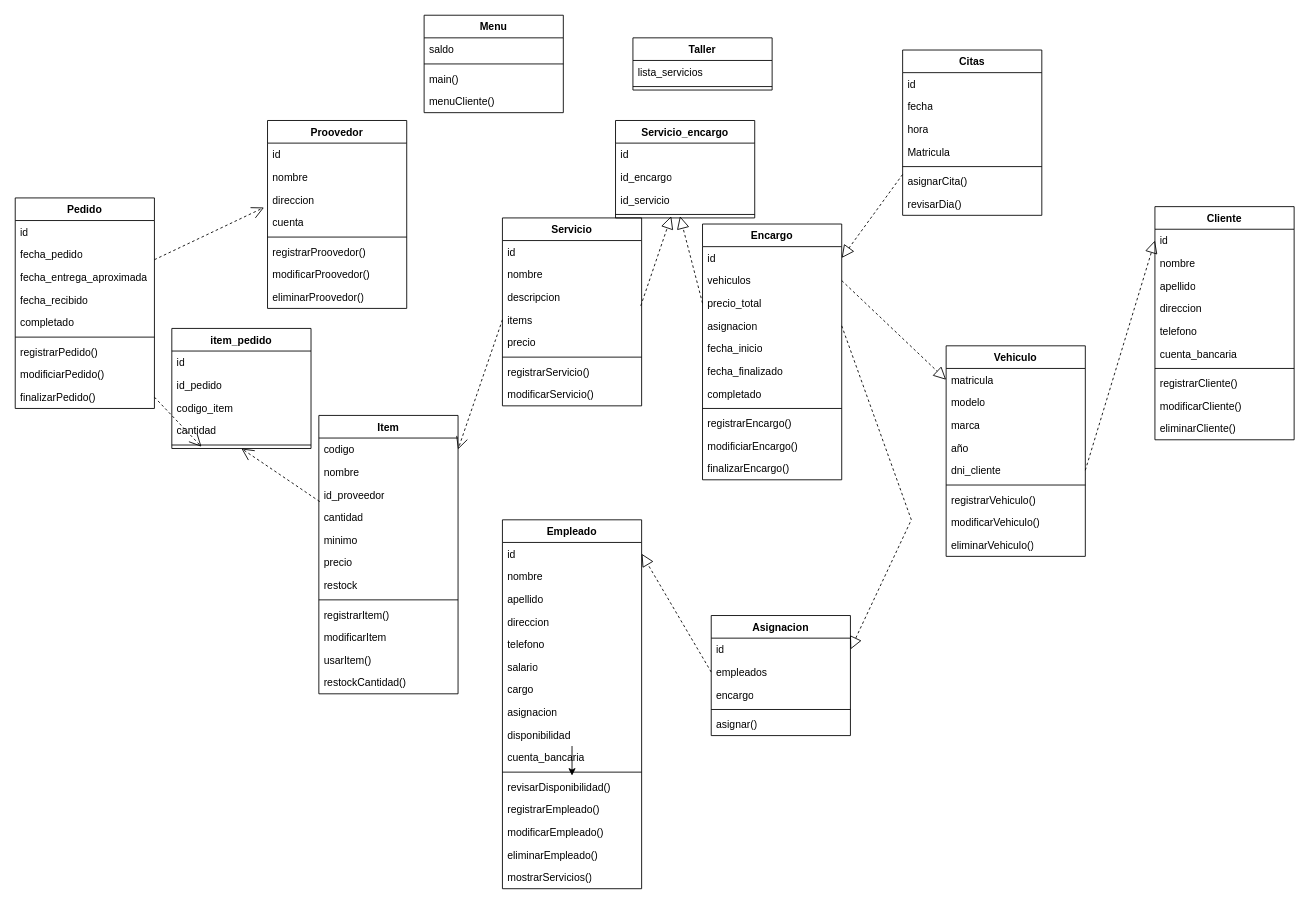
Before: DiagramaClases.drawio in fabricio-cesur/Gestor-Taller, a draw.io diagram. Source tidied: cells renumbered, new cells numbered last; positions are measured from the earlier drawing's top-left corner, leaving out a move shared by most shapes. Both pictures are drawn from the tidied source at 87%, with x=0, y=0 at pixel (15, 15).
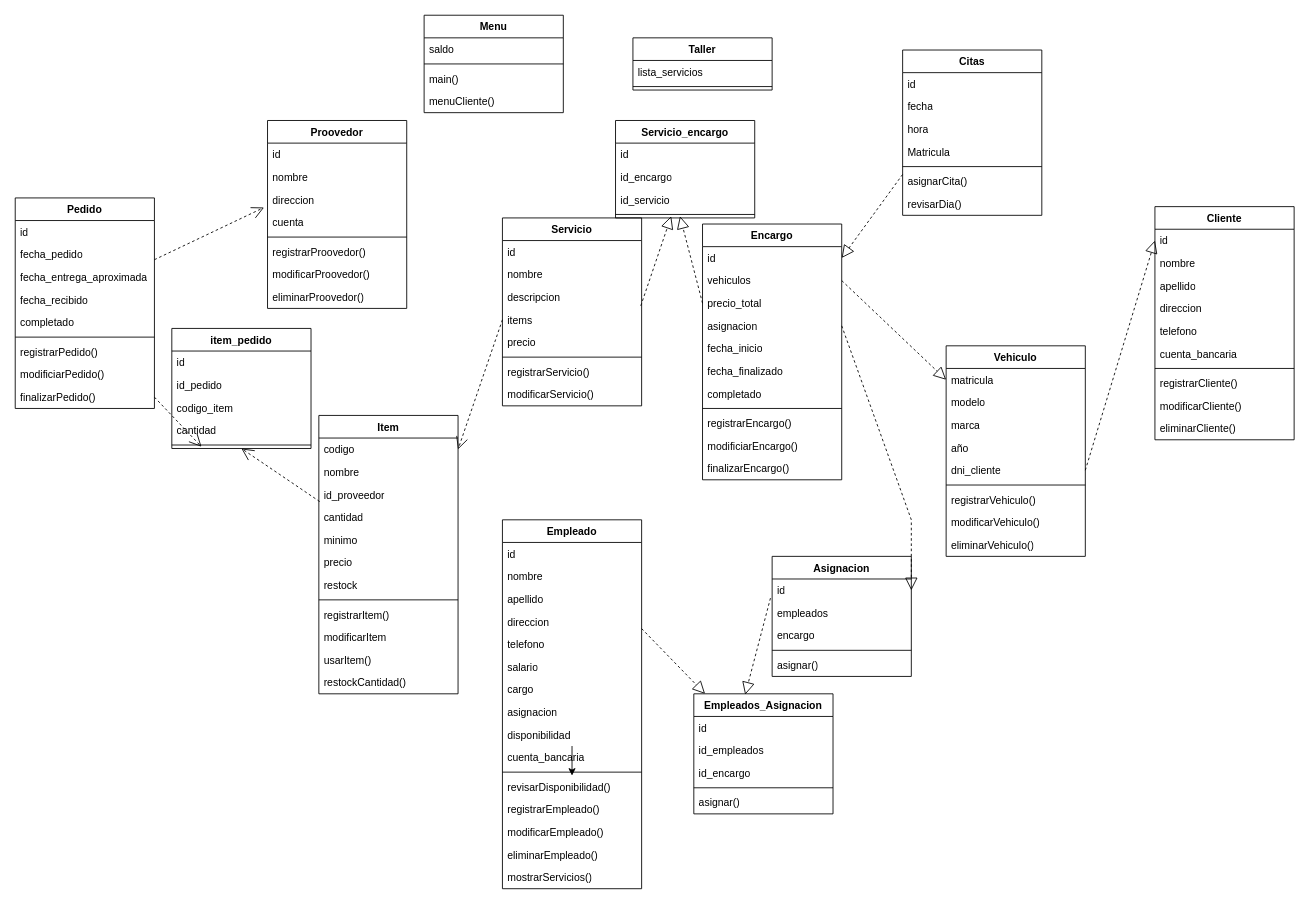
The same diagram, later.

Unchanged cells that the change refers to:
```xml
<mxCell id="54" value="id&lt;div&gt;&lt;br&gt;&lt;/div&gt;" style="text;strokeColor=none;fillColor=none;align=left;verticalAlign=top;spacingLeft=4;spacingRight=4;overflow=hidden;points=[[0,0.5],[1,0.5]];portConstraint=eastwest;whiteSpace=wrap;html=1;" parent="53" vertex="1">
  <mxGeometry y="26" width="160" height="26" as="geometry" />
</mxCell>
<mxCell id="57" value="direccion" style="text;strokeColor=none;fillColor=none;align=left;verticalAlign=top;spacingLeft=4;spacingRight=4;overflow=hidden;points=[[0,0.5],[1,0.5]];portConstraint=eastwest;whiteSpace=wrap;html=1;" parent="53" vertex="1">
  <mxGeometry y="104" width="160" height="26" as="geometry" />
</mxCell>
<mxCell id="72" value="id&lt;div&gt;&lt;br&gt;&lt;/div&gt;" style="text;strokeColor=none;fillColor=none;align=left;verticalAlign=top;spacingLeft=4;spacingRight=4;overflow=hidden;points=[[0,0.5],[1,0.5]];portConstraint=eastwest;whiteSpace=wrap;html=1;" parent="71" vertex="1">
  <mxGeometry y="26" width="160" height="26" as="geometry" />
</mxCell>
<mxCell id="73" value="empleados" style="text;strokeColor=none;fillColor=none;align=left;verticalAlign=top;spacingLeft=4;spacingRight=4;overflow=hidden;points=[[0,0.5],[1,0.5]];portConstraint=eastwest;whiteSpace=wrap;html=1;" parent="71" vertex="1">
  <mxGeometry y="52" width="160" height="26" as="geometry" />
</mxCell>
```

The edit, as a diff of the source:
```diff
@@
     <mxCell id="71" value="Asignacion" style="swimlane;fontStyle=1;align=center;verticalAlign=top;horizontal=1;startSize=26;whiteSpace=wrap;html=1;" parent="1" vertex="1">
-      <mxGeometry x="800" y="690" width="160" height="138" as="geometry" />
+      <mxGeometry x="870" y="622" width="160" height="138" as="geometry" />
     </mxCell>
@@
-    <mxCell id="91" style="endArrow=block;dashed=1;endFill=0;endSize=12;html=1;rounded=0;exitX=0;exitY=0.5;exitDx=0;exitDy=0;entryX=1;entryY=0.5;entryDx=0;entryDy=0;" parent="1" edge="1" source="73" target="54">
+    <mxCell id="91" style="endArrow=block;dashed=1;endFill=0;endSize=12;html=1;rounded=0;exitX=1;exitY=0.808;exitDx=0;exitDy=0;exitPerimeter=0;" parent="1" edge="1" source="57" target="138">
       <mxGeometry relative="1" as="geometry" />
     </mxCell>
@@
+    <mxCell id="138" value="&lt;span style=&quot;color: rgb(0, 0, 0);&quot;&gt;Empleados_&lt;/span&gt;Asignacion" style="swimlane;fontStyle=1;align=center;verticalAlign=top;horizontal=1;startSize=26;whiteSpace=wrap;html=1;" parent="1" vertex="1">
+      <mxGeometry x="780" y="780" width="160" height="138" as="geometry" />
+    </mxCell>
+    <mxCell id="139" value="id&lt;div&gt;&lt;br&gt;&lt;/div&gt;" style="text;strokeColor=none;fillColor=none;align=left;verticalAlign=top;spacingLeft=4;spacingRight=4;overflow=hidden;whiteSpace=wrap;html=1;" parent="138" vertex="1">
+      <mxGeometry y="26" width="160" height="26" as="geometry" />
+    </mxCell>
+    <mxCell id="140" value="id_empleados" style="text;strokeColor=none;fillColor=none;align=left;verticalAlign=top;spacingLeft=4;spacingRight=4;overflow=hidden;whiteSpace=wrap;html=1;" parent="138" vertex="1">
+      <mxGeometry y="52" width="160" height="26" as="geometry" />
+    </mxCell>
+    <mxCell id="141" value="id_encargo" style="text;strokeColor=none;fillColor=none;align=left;verticalAlign=top;spacingLeft=4;spacingRight=4;overflow=hidden;whiteSpace=wrap;html=1;" parent="138" vertex="1">
+      <mxGeometry y="78" width="160" height="26" as="geometry" />
+    </mxCell>
+    <mxCell id="142" style="line;strokeWidth=1;fillColor=none;align=left;verticalAlign=middle;spacingTop=-1;spacingLeft=3;spacingRight=3;labelPosition=right;strokeColor=inherit;" parent="138" vertex="1">
+      <mxGeometry y="104" width="160" height="8" as="geometry" />
+    </mxCell>
+    <mxCell id="143" value="asignar()" style="text;strokeColor=none;fillColor=none;align=left;verticalAlign=top;spacingLeft=4;spacingRight=4;overflow=hidden;whiteSpace=wrap;html=1;" parent="138" vertex="1">
+      <mxGeometry y="112" width="160" height="26" as="geometry" />
+    </mxCell>
+    <mxCell id="144" style="endArrow=block;dashed=1;endFill=0;endSize=12;html=1;rounded=0;exitX=-0.012;exitY=0.846;exitDx=0;exitDy=0;exitPerimeter=0;entryX=0.369;entryY=0.007;entryDx=0;entryDy=0;entryPerimeter=0;" parent="1" edge="1" source="72" target="138">
+      <mxGeometry relative="1" as="geometry" />
+    </mxCell>
```
